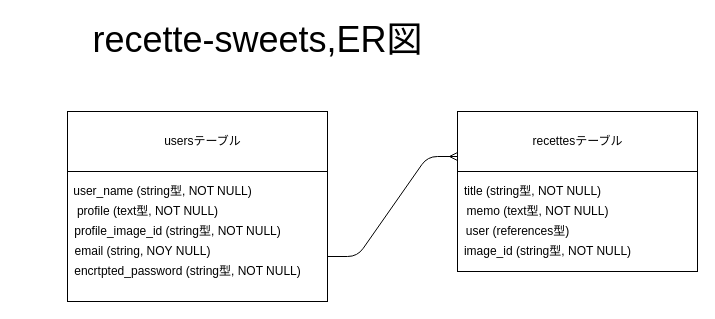
The draw.io diagram recette.dio in yukesu26/SweetsRoom, before the edit. Source tidied: cells renumbered, new cells numbered last; positions are measured from the earlier drawing's top-left corner, leaving out a move shared by most shapes. Both pictures are drawn from the tidied source at 100%, with x=0, y=0 at pixel (17, 26).
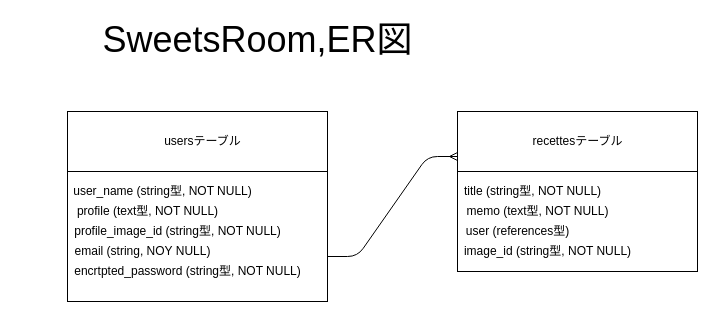
The same page after the edit.

What changed in the source:
```diff
@@
 <mxGraphModel>
   <root>
     <mxCell id="0" />
     <mxCell id="1" parent="0" />
-    <mxCell id="2" value="&lt;font&gt;&lt;font style=&quot;font-size: 36px&quot;&gt;recette-sweets,ER図&lt;br&gt;&lt;/font&gt;&lt;br&gt;&lt;/font&gt;" style="text;html=1;align=center;verticalAlign=middle;" parent="1" vertex="1">
-      <mxGeometry x="65" width="350" height="40" as="geometry" />
+    <mxCell id="2" value="&lt;font&gt;&lt;font style=&quot;font-size: 36px&quot;&gt;SweetsRoom,ER図&lt;br&gt;&lt;/font&gt;&lt;br&gt;&lt;/font&gt;" style="text;html=1;align=center;verticalAlign=middle;" parent="1" vertex="1">
+      <mxGeometry x="75" width="330" height="40" as="geometry" />
     </mxCell>
     <mxCell id="3" style="whiteSpace=wrap;html=1;" parent="1" vertex="1">
       <mxGeometry x="50" y="85" width="260" height="190" as="geometry" />
     </mxCell>
     <mxCell id="4" style="whiteSpace=wrap;html=1;" parent="1" vertex="1">
       <mxGeometry x="50" y="85" width="260" height="60" as="geometry" />
     </mxCell>
     <mxCell id="5" value="usersテーブル" style="text;html=1;align=center;verticalAlign=middle;" parent="1" vertex="1">
       <mxGeometry x="140" y="105" width="90" height="20" as="geometry" />
     </mxCell>
     <mxCell id="6" value="user_name (string型, NOT NULL)" style="text;html=1;align=center;verticalAlign=middle;" parent="1" vertex="1">
       <mxGeometry x="50" y="155" width="190" height="20" as="geometry" />
     </mxCell>
     <mxCell id="7" value="profile (text型, NOT NULL)" style="text;html=1;align=center;verticalAlign=middle;" parent="1" vertex="1">
       <mxGeometry x="50" y="175" width="160" height="20" as="geometry" />
     </mxCell>
     <mxCell id="8" value="profile_image_id (string型, NOT NULL)" style="text;html=1;align=center;verticalAlign=middle;" parent="1" vertex="1">
       <mxGeometry x="50" y="195" width="220" height="20" as="geometry" />
     </mxCell>
     <mxCell id="9" value="email (string, NOY NULL)" style="text;html=1;align=center;verticalAlign=middle;" parent="1" vertex="1">
       <mxGeometry x="50" y="215" width="150" height="20" as="geometry" />
     </mxCell>
     <mxCell id="10" value="&amp;nbsp; &amp;nbsp; &amp;nbsp; &amp;nbsp; &amp;nbsp; &amp;nbsp; &amp;nbsp; &amp;nbsp;encrtpted_password (string型, NOT NULL)" style="text;html=1;align=center;verticalAlign=middle;" parent="1" vertex="1">
       <mxGeometry y="235" width="290" height="20" as="geometry" />
     </mxCell>
     <mxCell id="11" style="whiteSpace=wrap;html=1;" parent="1" vertex="1">
       <mxGeometry x="440" y="85" width="240" height="160" as="geometry" />
     </mxCell>
     <mxCell id="12" style="whiteSpace=wrap;html=1;" parent="1" vertex="1">
       <mxGeometry x="440" y="85" width="240" height="60" as="geometry" />
     </mxCell>
     <mxCell id="13" value="recettesテーブル" style="text;html=1;align=center;verticalAlign=middle;" parent="1" vertex="1">
       <mxGeometry x="510" y="105" width="100" height="20" as="geometry" />
     </mxCell>
     <mxCell id="14" value="title (string型, NOT NULL)" style="text;html=1;align=center;verticalAlign=middle;" parent="1" vertex="1">
       <mxGeometry x="440" y="155" width="150" height="20" as="geometry" />
     </mxCell>
     <mxCell id="15" value="memo (text型, NOT NULL)" style="text;html=1;align=center;verticalAlign=middle;" parent="1" vertex="1">
       <mxGeometry x="440" y="175" width="160" height="20" as="geometry" />
     </mxCell>
     <mxCell id="16" value="image_id (string型, NOT NULL)" style="text;html=1;align=center;verticalAlign=middle;" parent="1" vertex="1">
       <mxGeometry x="440" y="215" width="180" height="20" as="geometry" />
     </mxCell>
     <mxCell id="17" value="user (references型)" style="text;html=1;align=center;verticalAlign=middle;" parent="1" vertex="1">
       <mxGeometry x="440" y="195" width="120" height="20" as="geometry" />
     </mxCell>
     <mxCell id="18" style="edgeStyle=entityRelationEdgeStyle;fontSize=12;html=1;endArrow=ERmany;entryX=0;entryY=0.75;entryDx=0;entryDy=0;" parent="1" edge="1" target="12">
       <mxGeometry relative="1" as="geometry">
         <mxPoint x="310" y="230" as="sourcePoint" />
       </mxGeometry>
     </mxCell>
   </root>
 </mxGraphModel>
```
